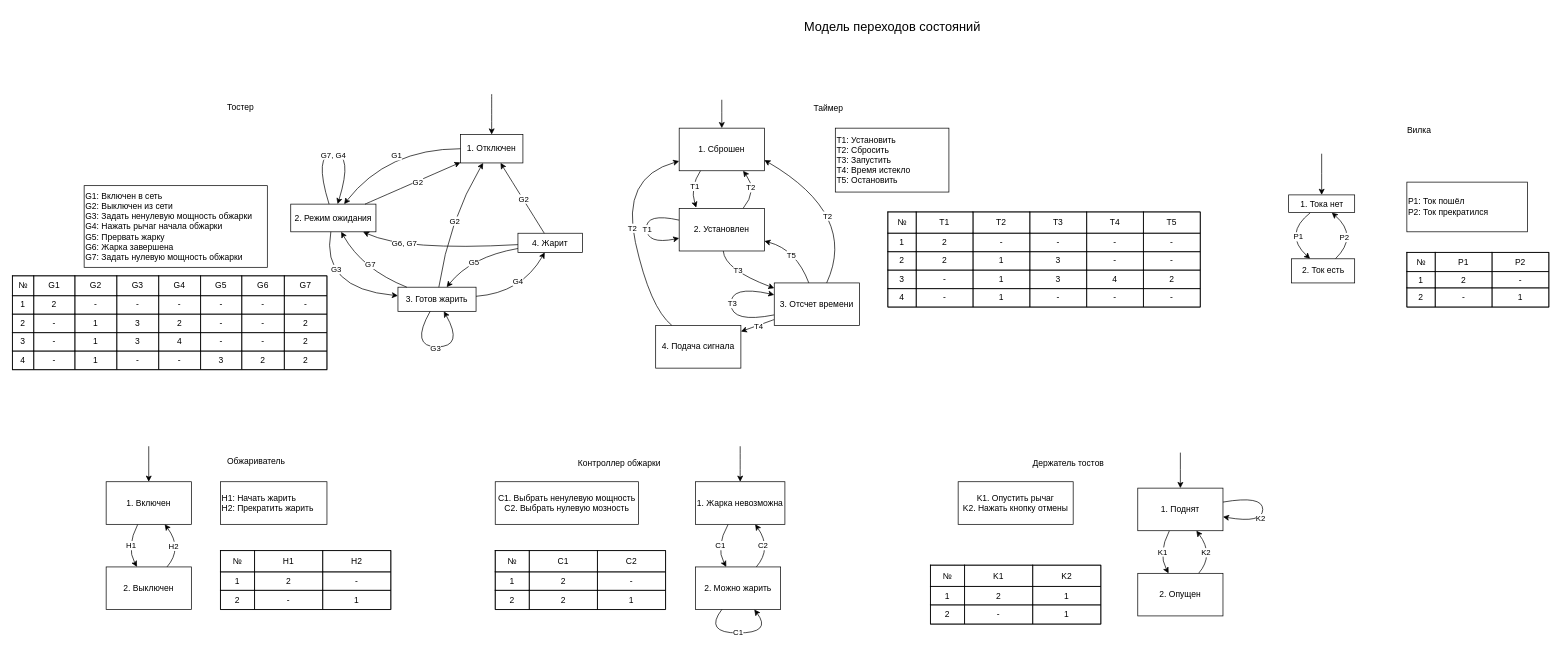
Earlier version of the draw.io diagram page "Модель переходов состояний" (2 of 5) of lab_05/diagram.drawio (Danilado/IU7-OOP). Source tidied: cells renumbered, new cells numbered last; positions are measured from the earlier drawing's top-left corner, leaving out a move shared by most shapes. Both pictures are drawn from the tidied source at 71%, with x=0, y=0 at pixel (12, 12).
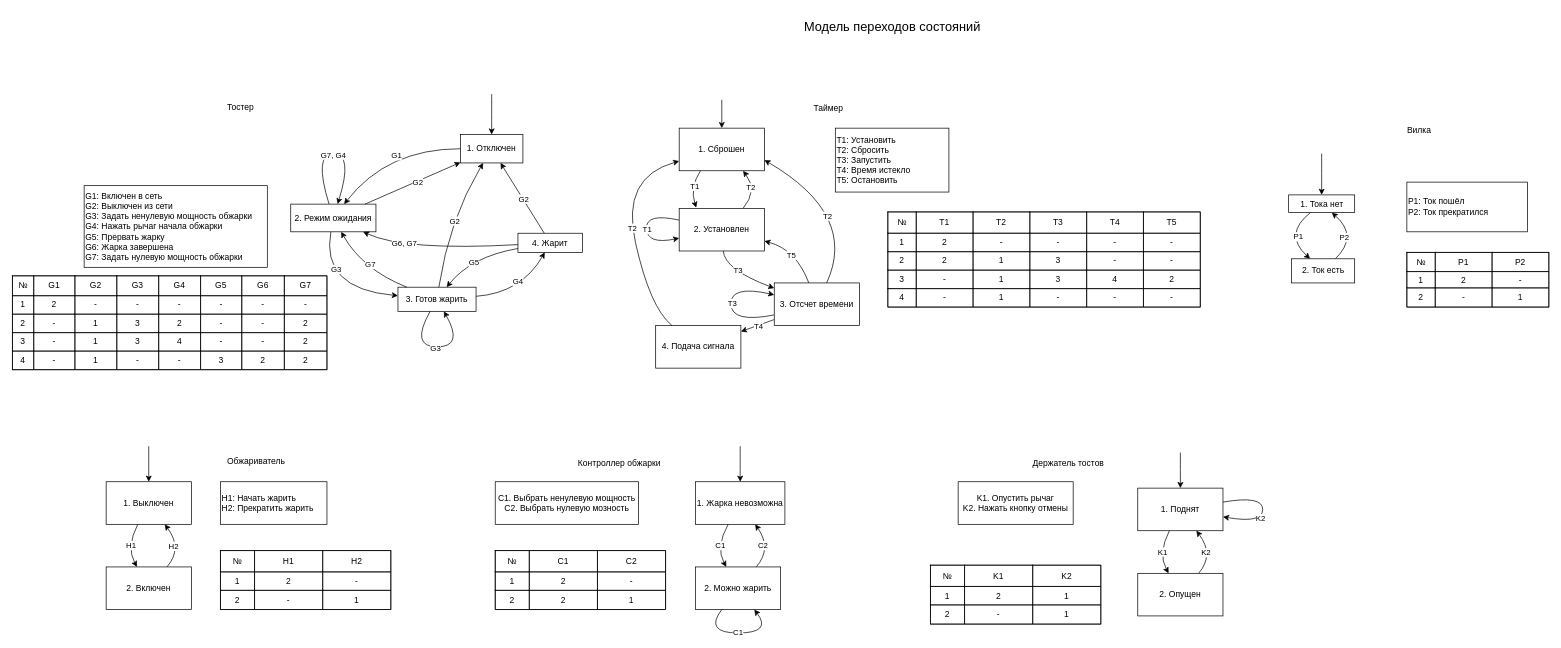
After the change.

The edit, as a diff of the source:
```diff
@@
-    <mxCell id="76" value="1. Включен" style="whiteSpace=wrap;html=1;labelBackgroundColor=none;" parent="1" vertex="1">
+    <mxCell id="76" value="1. Выключен" style="whiteSpace=wrap;html=1;labelBackgroundColor=none;" parent="1" vertex="1">
       <mxGeometry x="132" y="661" width="120" height="60" as="geometry" />
     </mxCell>
@@
-    <mxCell id="79" value="2. Выключен" style="whiteSpace=wrap;html=1;labelBackgroundColor=none;" parent="1" vertex="1">
+    <mxCell id="79" value="2. Включен" style="whiteSpace=wrap;html=1;labelBackgroundColor=none;" parent="1" vertex="1">
       <mxGeometry x="132" y="781" width="120" height="60" as="geometry" />
     </mxCell>
```
